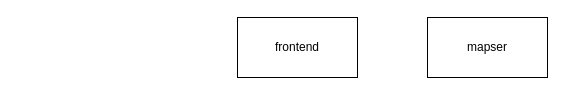
Earlier version of the draw.io diagram prge_01_ms/Diagram bez tytułu.drawio (Mateusz10099/prge_01_m-). Source tidied: cells renumbered, new cells numbered last; positions are measured from the earlier drawing's top-left corner, leaving out a move shared by most shapes. Both pictures are drawn from the tidied source at 100%, with x=0, y=0 at pixel (237, 17).
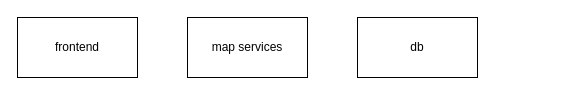
The same diagram, later.

Change to the diagram source:
```diff
@@
 <mxGraphModel>
   <root>
     <mxCell id="0" />
     <mxCell id="1" parent="0" />
     <mxCell id="2" value="frontend" style="rounded=0;whiteSpace=wrap;html=1;" parent="1" vertex="1">
-      <mxGeometry width="120" height="60" as="geometry" />
+      <mxGeometry x="-220" width="120" height="60" as="geometry" />
     </mxCell>
-    <mxCell id="3" value="mapser" style="rounded=0;whiteSpace=wrap;html=1;" parent="1" vertex="1">
-      <mxGeometry x="190" width="120" height="60" as="geometry" />
+    <mxCell id="3" value="map services" style="rounded=0;whiteSpace=wrap;html=1;" parent="1" vertex="1">
+      <mxGeometry x="-50" width="120" height="60" as="geometry" />
     </mxCell>
+    <mxCell id="4" value="db" style="rounded=0;whiteSpace=wrap;html=1;" parent="1" vertex="1">
+      <mxGeometry x="120" width="120" height="60" as="geometry" />
+    </mxCell>
   </root>
 </mxGraphModel>
```
